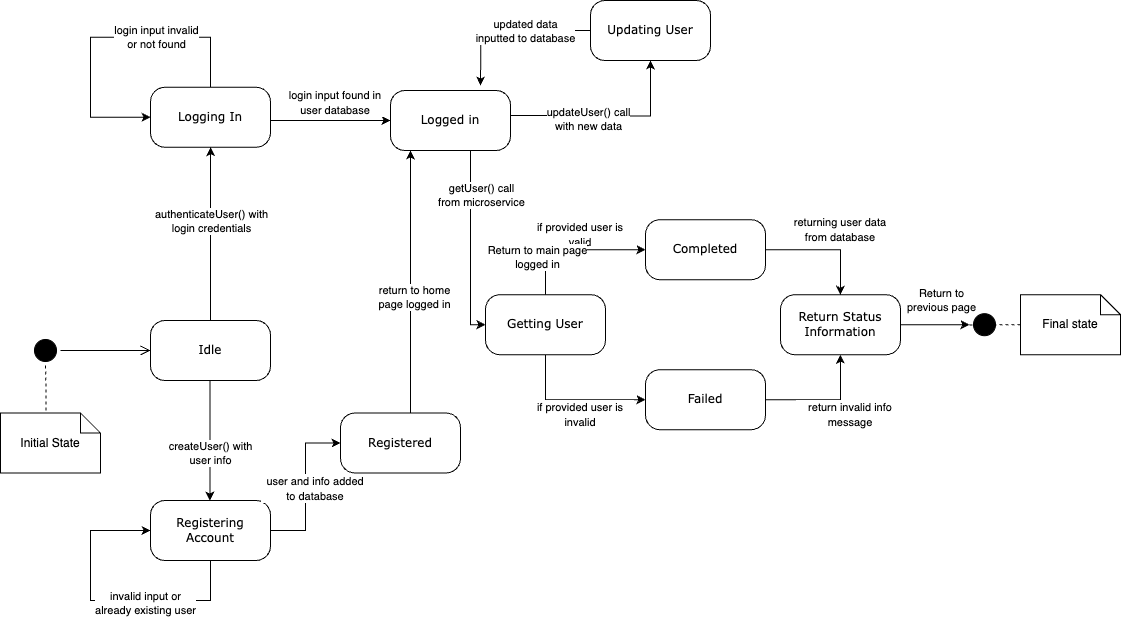
The draw.io diagram diagrams/User_Managment_SD.drawio.png in uvic-teach/project-m1-team6, before a commit. Source tidied: cells renumbered, new cells last; positions are measured from the earlier drawing's top-left corner, leaving out a move shared by most shapes.
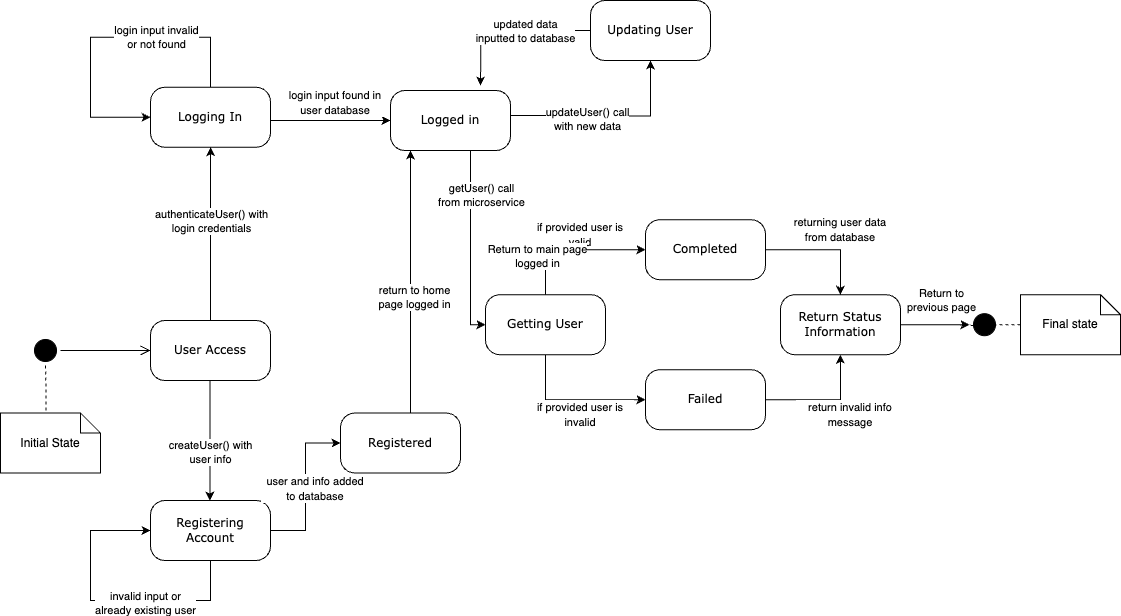
Later version of the same file.

The edit, as a diff of the source:
```diff
@@ -46,7 +46,7 @@
         <mxPoint x="9" y="-12" as="offset" />
       </mxGeometry>
     </mxCell>
-    <mxCell id="9" value="Idle" style="rounded=1;whiteSpace=wrap;html=1;arcSize=24;shadow=0;comic=0;labelBackgroundColor=default;fontFamily=Verdana;fontSize=12;align=center;" parent="1" vertex="1">
+    <mxCell id="9" value="User Access" style="rounded=1;whiteSpace=wrap;html=1;arcSize=24;shadow=0;comic=0;labelBackgroundColor=default;fontFamily=Verdana;fontSize=12;align=center;" parent="1" vertex="1">
       <mxGeometry x="150" y="320" width="120" height="60" as="geometry" />
     </mxCell>
     <mxCell id="10" style="edgeStyle=orthogonalEdgeStyle;html=1;labelBackgroundColor=default;endArrow=open;endSize=8;strokeColor=#000000;fontFamily=Verdana;fontSize=12;align=left;" parent="1" edge="1" source="2" target="9">
```
